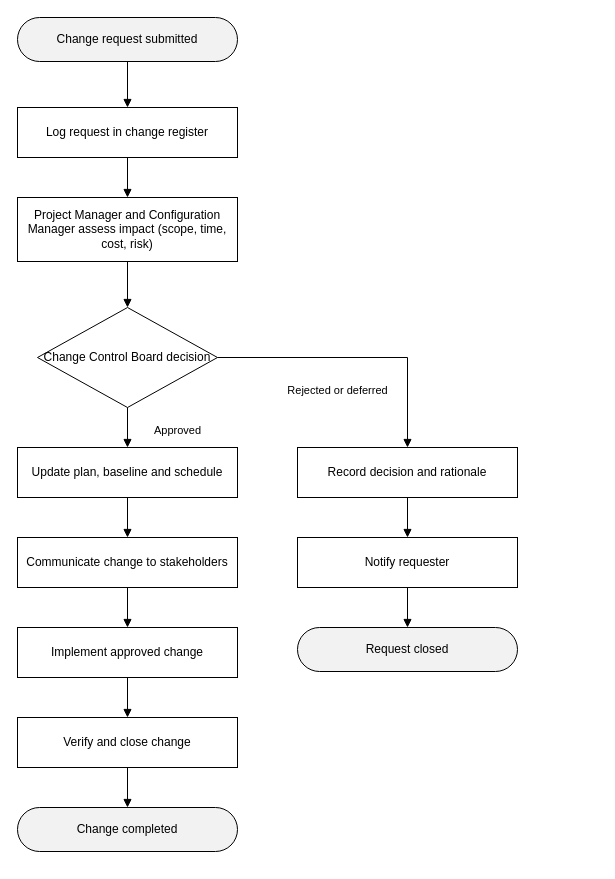
Earlier version of the draw.io diagram page "Change Management Process" (2 of 3) of diagrams/insight360-diagrams.drawio (Momin4468/ITSU2006-A3-G1). Source tidied: cells renumbered, new cells numbered last; positions are measured from the earlier drawing's top-left corner, leaving out a move shared by most shapes. Both pictures are drawn from the tidied source at 100%, with x=0, y=0 at pixel (17, 17).
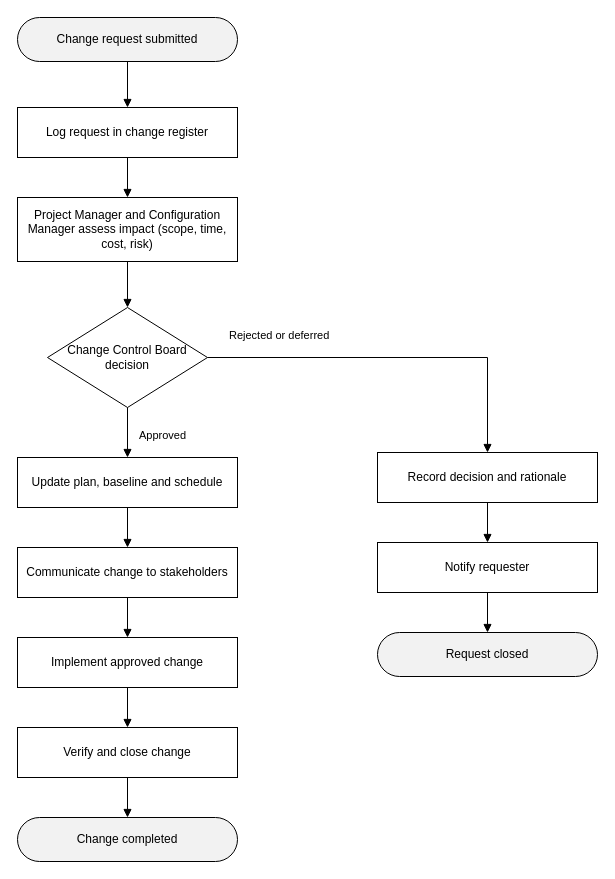
Above is the later version.

Unchanged cells that the change refers to:
```xml
<mxCell id="2" value="Change request submitted" style="rounded=1;whiteSpace=wrap;html=1;arcSize=50;fillColor=#F2F2F2;strokeColor=#000000;fontColor=#000000;fontSize=12;align=center;verticalAlign=middle;" parent="1" vertex="1">
  <mxGeometry width="220" height="44" as="geometry" />
</mxCell>
<mxCell id="3" value="Log request in change register" style="rounded=0;whiteSpace=wrap;html=1;fillColor=#FFFFFF;strokeColor=#000000;fontColor=#000000;fontSize=12;align=center;verticalAlign=middle;" parent="1" vertex="1">
  <mxGeometry y="90" width="220" height="50" as="geometry" />
</mxCell>
<mxCell id="4" value="Project Manager and Configuration Manager assess impact (scope, time, cost, risk)" style="rounded=0;whiteSpace=wrap;html=1;fillColor=#FFFFFF;strokeColor=#000000;fontColor=#000000;fontSize=12;align=center;verticalAlign=middle;" parent="1" vertex="1">
  <mxGeometry y="180" width="220" height="64" as="geometry" />
</mxCell>
```

Diff of the diagram source:
```diff
@@
     <mxCell id="5" value="Change Control Board decision" style="rhombus;whiteSpace=wrap;html=1;fillColor=#FFFFFF;strokeColor=#000000;fontColor=#000000;fontSize=12;align=center;verticalAlign=middle;" parent="1" vertex="1">
-      <mxGeometry x="20" y="290" width="180" height="100" as="geometry" />
+      <mxGeometry x="30" y="290" width="160" height="100" as="geometry" />
     </mxCell>
     <mxCell id="6" value="Update plan, baseline and schedule" style="rounded=0;whiteSpace=wrap;html=1;fillColor=#FFFFFF;strokeColor=#000000;fontColor=#000000;fontSize=12;align=center;verticalAlign=middle;" parent="1" vertex="1">
-      <mxGeometry y="430" width="220" height="50" as="geometry" />
+      <mxGeometry y="440" width="220" height="50" as="geometry" />
     </mxCell>
     <mxCell id="7" value="Communicate change to stakeholders" style="rounded=0;whiteSpace=wrap;html=1;fillColor=#FFFFFF;strokeColor=#000000;fontColor=#000000;fontSize=12;align=center;verticalAlign=middle;" parent="1" vertex="1">
-      <mxGeometry y="520" width="220" height="50" as="geometry" />
+      <mxGeometry y="530" width="220" height="50" as="geometry" />
     </mxCell>
     <mxCell id="8" value="Implement approved change" style="rounded=0;whiteSpace=wrap;html=1;fillColor=#FFFFFF;strokeColor=#000000;fontColor=#000000;fontSize=12;align=center;verticalAlign=middle;" parent="1" vertex="1">
-      <mxGeometry y="610" width="220" height="50" as="geometry" />
+      <mxGeometry y="620" width="220" height="50" as="geometry" />
     </mxCell>
     <mxCell id="9" value="Verify and close change" style="rounded=0;whiteSpace=wrap;html=1;fillColor=#FFFFFF;strokeColor=#000000;fontColor=#000000;fontSize=12;align=center;verticalAlign=middle;" parent="1" vertex="1">
-      <mxGeometry y="700" width="220" height="50" as="geometry" />
+      <mxGeometry y="710" width="220" height="50" as="geometry" />
     </mxCell>
     <mxCell id="10" value="Change completed" style="rounded=1;whiteSpace=wrap;html=1;arcSize=50;fillColor=#F2F2F2;strokeColor=#000000;fontColor=#000000;fontSize=12;align=center;verticalAlign=middle;" parent="1" vertex="1">
-      <mxGeometry y="790" width="220" height="44" as="geometry" />
+      <mxGeometry y="800" width="220" height="44" as="geometry" />
     </mxCell>
     <mxCell id="11" value="Record decision and rationale" style="rounded=0;whiteSpace=wrap;html=1;fillColor=#FFFFFF;strokeColor=#000000;fontColor=#000000;fontSize=12;align=center;verticalAlign=middle;" parent="1" vertex="1">
-      <mxGeometry x="280" y="430" width="220" height="50" as="geometry" />
+      <mxGeometry x="360" y="435" width="220" height="50" as="geometry" />
     </mxCell>
     <mxCell id="12" value="Notify requester" style="rounded=0;whiteSpace=wrap;html=1;fillColor=#FFFFFF;strokeColor=#000000;fontColor=#000000;fontSize=12;align=center;verticalAlign=middle;" parent="1" vertex="1">
-      <mxGeometry x="280" y="520" width="220" height="50" as="geometry" />
+      <mxGeometry x="360" y="525" width="220" height="50" as="geometry" />
     </mxCell>
     <mxCell id="13" value="Request closed" style="rounded=1;whiteSpace=wrap;html=1;arcSize=50;fillColor=#F2F2F2;strokeColor=#000000;fontColor=#000000;fontSize=12;align=center;verticalAlign=middle;" parent="1" vertex="1">
-      <mxGeometry x="280" y="610" width="220" height="44" as="geometry" />
+      <mxGeometry x="360" y="615" width="220" height="44" as="geometry" />
     </mxCell>
-    <mxCell id="14" style="edgeStyle=orthogonalEdgeStyle;rounded=0;html=1;endArrow=block;endFill=1;strokeColor=#000000;exitX=0.5;exitY=1;entryX=0.5;entryY=0;" parent="1" edge="1" source="2" target="3">
+    <mxCell id="14" style="edgeStyle=orthogonalEdgeStyle;rounded=0;html=1;endArrow=none;strokeColor=#000000;jettySize=auto;exitX=0.5;exitY=1;entryX=0.5;entryY=0;endArrow=block;endFill=1;strokeColor=#000000;" parent="1" edge="1" source="2" target="3">
       <mxGeometry relative="1" as="geometry" />
     </mxCell>
-    <mxCell id="15" style="edgeStyle=orthogonalEdgeStyle;rounded=0;html=1;endArrow=block;endFill=1;strokeColor=#000000;exitX=0.5;exitY=1;entryX=0.5;entryY=0;" parent="1" edge="1" source="3" target="4">
+    <mxCell id="15" style="edgeStyle=orthogonalEdgeStyle;rounded=0;html=1;endArrow=none;strokeColor=#000000;jettySize=auto;exitX=0.5;exitY=1;entryX=0.5;entryY=0;endArrow=block;endFill=1;strokeColor=#000000;" parent="1" edge="1" source="3" target="4">
       <mxGeometry relative="1" as="geometry" />
     </mxCell>
-    <mxCell id="16" style="edgeStyle=orthogonalEdgeStyle;rounded=0;html=1;endArrow=block;endFill=1;strokeColor=#000000;exitX=0.5;exitY=1;entryX=0.5;entryY=0;" parent="1" edge="1" source="4" target="5">
+    <mxCell id="16" style="edgeStyle=orthogonalEdgeStyle;rounded=0;html=1;endArrow=none;strokeColor=#000000;jettySize=auto;exitX=0.5;exitY=1;entryX=0.5;entryY=0;endArrow=block;endFill=1;strokeColor=#000000;" parent="1" edge="1" source="4" target="5">
       <mxGeometry relative="1" as="geometry" />
     </mxCell>
-    <mxCell id="17" style="edgeStyle=orthogonalEdgeStyle;rounded=0;html=1;endArrow=block;endFill=1;strokeColor=#000000;exitX=0.5;exitY=1;entryX=0.5;entryY=0;" parent="1" edge="1" source="5" target="6">
+    <mxCell id="17" style="edgeStyle=orthogonalEdgeStyle;rounded=0;html=1;endArrow=none;strokeColor=#000000;jettySize=auto;exitX=0.5;exitY=1;entryX=0.5;entryY=0;endArrow=block;endFill=1;strokeColor=#000000;" parent="1" edge="1" source="5" target="6">
       <mxGeometry relative="1" as="geometry" />
     </mxCell>
-    <mxCell id="18" style="edgeStyle=orthogonalEdgeStyle;rounded=0;html=1;endArrow=block;endFill=1;strokeColor=#000000;exitX=0.5;exitY=1;entryX=0.5;entryY=0;" parent="1" edge="1" source="6" target="7">
+    <mxCell id="18" style="edgeStyle=orthogonalEdgeStyle;rounded=0;html=1;endArrow=none;strokeColor=#000000;jettySize=auto;exitX=0.5;exitY=1;entryX=0.5;entryY=0;endArrow=block;endFill=1;strokeColor=#000000;" parent="1" edge="1" source="6" target="7">
       <mxGeometry relative="1" as="geometry" />
     </mxCell>
-    <mxCell id="19" style="edgeStyle=orthogonalEdgeStyle;rounded=0;html=1;endArrow=block;endFill=1;strokeColor=#000000;exitX=0.5;exitY=1;entryX=0.5;entryY=0;" parent="1" edge="1" source="7" target="8">
+    <mxCell id="19" style="edgeStyle=orthogonalEdgeStyle;rounded=0;html=1;endArrow=none;strokeColor=#000000;jettySize=auto;exitX=0.5;exitY=1;entryX=0.5;entryY=0;endArrow=block;endFill=1;strokeColor=#000000;" parent="1" edge="1" source="7" target="8">
       <mxGeometry relative="1" as="geometry" />
     </mxCell>
-    <mxCell id="20" style="edgeStyle=orthogonalEdgeStyle;rounded=0;html=1;endArrow=block;endFill=1;strokeColor=#000000;exitX=0.5;exitY=1;entryX=0.5;entryY=0;" parent="1" edge="1" source="8" target="9">
+    <mxCell id="20" style="edgeStyle=orthogonalEdgeStyle;rounded=0;html=1;endArrow=none;strokeColor=#000000;jettySize=auto;exitX=0.5;exitY=1;entryX=0.5;entryY=0;endArrow=block;endFill=1;strokeColor=#000000;" parent="1" edge="1" source="8" target="9">
       <mxGeometry relative="1" as="geometry" />
     </mxCell>
-    <mxCell id="21" style="edgeStyle=orthogonalEdgeStyle;rounded=0;html=1;endArrow=block;endFill=1;strokeColor=#000000;exitX=0.5;exitY=1;entryX=0.5;entryY=0;" parent="1" edge="1" source="9" target="10">
+    <mxCell id="21" style="edgeStyle=orthogonalEdgeStyle;rounded=0;html=1;endArrow=none;strokeColor=#000000;jettySize=auto;exitX=0.5;exitY=1;entryX=0.5;entryY=0;endArrow=block;endFill=1;strokeColor=#000000;" parent="1" edge="1" source="9" target="10">
       <mxGeometry relative="1" as="geometry" />
     </mxCell>
-    <mxCell id="22" style="edgeStyle=orthogonalEdgeStyle;rounded=0;html=1;endArrow=block;endFill=1;strokeColor=#000000;exitX=1;exitY=0.5;entryX=0.5;entryY=0;" parent="1" edge="1" source="5" target="11">
-      <mxGeometry relative="1" as="geometry" />
+    <mxCell id="22" style="edgeStyle=orthogonalEdgeStyle;rounded=0;html=1;endArrow=none;strokeColor=#000000;jettySize=auto;exitX=1;exitY=0.5;entryX=0.5;entryY=0;endArrow=block;endFill=1;strokeColor=#000000;" parent="1" edge="1" source="5" target="11">
+      <mxGeometry relative="1" as="geometry">
+        <Array as="points">
+          <mxPoint x="470" y="340" />
+        </Array>
+      </mxGeometry>
     </mxCell>
-    <mxCell id="23" style="edgeStyle=orthogonalEdgeStyle;rounded=0;html=1;endArrow=block;endFill=1;strokeColor=#000000;exitX=0.5;exitY=1;entryX=0.5;entryY=0;" parent="1" edge="1" source="11" target="12">
+    <mxCell id="23" style="edgeStyle=orthogonalEdgeStyle;rounded=0;html=1;endArrow=none;strokeColor=#000000;jettySize=auto;exitX=0.5;exitY=1;entryX=0.5;entryY=0;endArrow=block;endFill=1;strokeColor=#000000;" parent="1" edge="1" source="11" target="12">
       <mxGeometry relative="1" as="geometry" />
     </mxCell>
-    <mxCell id="24" style="edgeStyle=orthogonalEdgeStyle;rounded=0;html=1;endArrow=block;endFill=1;strokeColor=#000000;exitX=0.5;exitY=1;entryX=0.5;entryY=0;" parent="1" edge="1" source="12" target="13">
+    <mxCell id="24" style="edgeStyle=orthogonalEdgeStyle;rounded=0;html=1;endArrow=none;strokeColor=#000000;jettySize=auto;exitX=0.5;exitY=1;entryX=0.5;entryY=0;endArrow=block;endFill=1;strokeColor=#000000;" parent="1" edge="1" source="12" target="13">
       <mxGeometry relative="1" as="geometry" />
     </mxCell>
-    <mxCell id="25" value="Approved" style="text;html=1;fontColor=#000000;fontSize=11;align=center;" parent="1" vertex="1">
-      <mxGeometry x="115" y="400" width="90" height="20" as="geometry" />
+    <mxCell id="25" value="Approved" style="text;html=1;fontColor=#000000;fontSize=11;align=left;" parent="1" vertex="1">
+      <mxGeometry x="120" y="405" width="90" height="20" as="geometry" />
     </mxCell>
-    <mxCell id="26" value="Rejected or deferred" style="text;html=1;fontColor=#000000;fontSize=11;align=center;" parent="1" vertex="1">
-      <mxGeometry x="240" y="360" width="160" height="20" as="geometry" />
+    <mxCell id="26" value="Rejected or deferred" style="text;html=1;fontColor=#000000;fontSize=11;align=left;" parent="1" vertex="1">
+      <mxGeometry x="210" y="305" width="150" height="20" as="geometry" />
     </mxCell>
```
